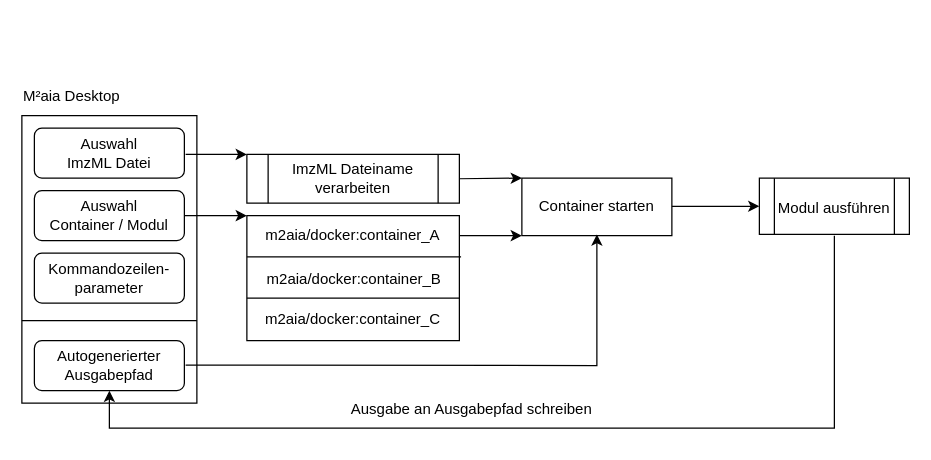
This is Architecture.drawio from L0ren2/M2aia-Docker, a draw.io file, before an edit. Source tidied: cells renumbered, new cells numbered last; positions are measured from the earlier drawing's top-left corner, leaving out a move shared by most shapes. Both pictures are drawn from the tidied source at 125%, with x=0, y=0 at pixel (21, 78).
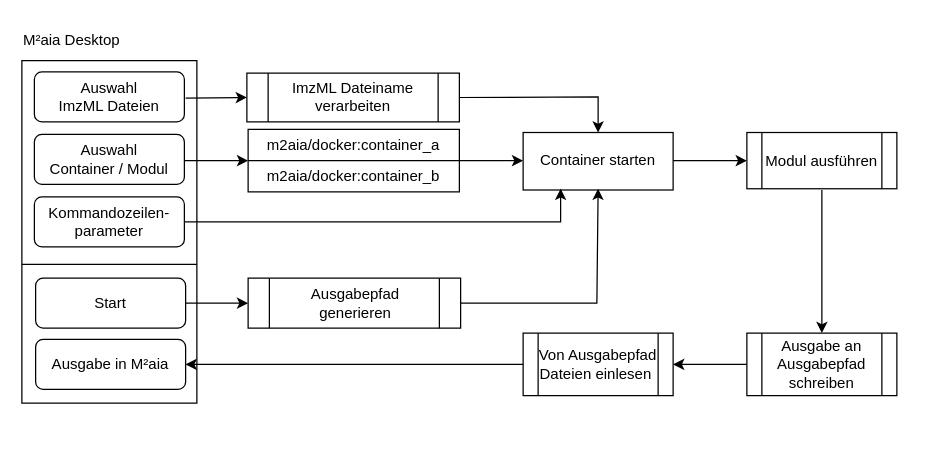
After the change.

What changed in the source:
```diff
@@
     <mxCell id="2" style="whiteSpace=wrap;html=1;" parent="1" vertex="1">
-      <mxGeometry y="30" width="140" height="230" as="geometry" />
+      <mxGeometry y="-14" width="140" height="274" as="geometry" />
     </mxCell>
     <mxCell id="3" value="M²aia Desktop" style="text;html=1;strokeColor=none;fillColor=none;align=center;verticalAlign=middle;whiteSpace=wrap;rounded=0;" parent="1" vertex="1">
-      <mxGeometry width="80" height="30" as="geometry" />
+      <mxGeometry y="-45" width="80" height="30" as="geometry" />
     </mxCell>
     <mxCell id="4" style="rounded=1;whiteSpace=wrap;html=1;" parent="1" vertex="1">
-      <mxGeometry x="10" y="40" width="120" height="40" as="geometry" />
+      <mxGeometry x="10" y="-5" width="120" height="40" as="geometry" />
     </mxCell>
-    <mxCell id="5" value="Auswahl &lt;br&gt;ImzML Datei" style="text;html=1;strokeColor=none;fillColor=none;align=center;verticalAlign=middle;whiteSpace=wrap;rounded=0;" parent="1" vertex="1">
-      <mxGeometry x="10" y="45" width="120" height="30" as="geometry" />
+    <mxCell id="5" value="Auswahl &lt;br&gt;ImzML Dateien" style="text;html=1;strokeColor=none;fillColor=none;align=center;verticalAlign=middle;whiteSpace=wrap;rounded=0;" parent="1" vertex="1">
+      <mxGeometry x="10" width="120" height="30" as="geometry" />
     </mxCell>
     <mxCell id="6" style="rounded=1;whiteSpace=wrap;html=1;" parent="1" vertex="1">
-      <mxGeometry x="10" y="90" width="120" height="40" as="geometry" />
+      <mxGeometry x="10" y="45" width="120" height="40" as="geometry" />
     </mxCell>
     <mxCell id="7" value="Auswahl &lt;br&gt;Container / Modul" style="text;html=1;strokeColor=none;fillColor=none;align=center;verticalAlign=middle;whiteSpace=wrap;rounded=0;" parent="1" vertex="1">
-      <mxGeometry x="10" y="95" width="120" height="30" as="geometry" />
+      <mxGeometry x="10" y="50" width="120" height="30" as="geometry" />
     </mxCell>
     <mxCell id="8" style="rounded=1;whiteSpace=wrap;html=1;" parent="1" vertex="1">
-      <mxGeometry x="10" y="140" width="120" height="40" as="geometry" />
+      <mxGeometry x="10" y="95" width="120" height="40" as="geometry" />
     </mxCell>
     <mxCell id="9" value="Kommandozeilen-parameter" style="text;html=1;strokeColor=none;fillColor=none;align=center;verticalAlign=middle;whiteSpace=wrap;rounded=0;" parent="1" vertex="1">
-      <mxGeometry x="10" y="145" width="120" height="30" as="geometry" />
+      <mxGeometry x="10" y="100" width="120" height="30" as="geometry" />
     </mxCell>
     <mxCell id="10" style="rounded=1;whiteSpace=wrap;html=1;" parent="1" vertex="1">
-      <mxGeometry x="10" y="210" width="120" height="40" as="geometry" />
+      <mxGeometry x="11" y="209" width="120" height="40" as="geometry" />
     </mxCell>
-    <mxCell id="11" value="Autogenerierter Ausgabepfad" style="text;html=1;strokeColor=none;fillColor=none;align=center;verticalAlign=middle;whiteSpace=wrap;rounded=0;" parent="1" vertex="1">
-      <mxGeometry x="10" y="215" width="120" height="30" as="geometry" />
+    <mxCell id="11" value="Ausgabe in M²aia" style="text;html=1;strokeColor=none;fillColor=none;align=center;verticalAlign=middle;whiteSpace=wrap;rounded=0;" parent="1" vertex="1">
+      <mxGeometry x="11" y="214" width="120" height="30" as="geometry" />
     </mxCell>
     <mxCell id="12" style="endArrow=none;html=1;" parent="1" edge="1">
       <mxGeometry relative="1" as="geometry">
-        <mxPoint y="194" as="sourcePoint" />
-        <mxPoint x="140" y="194" as="targetPoint" />
+        <mxPoint y="149" as="sourcePoint" />
+        <mxPoint x="140" y="149" as="targetPoint" />
       </mxGeometry>
     </mxCell>
-    <mxCell id="13" style="rounded=0;whiteSpace=wrap;html=1;" parent="1" vertex="1">
-      <mxGeometry x="180" y="110" width="170" height="100" as="geometry" />
-    </mxCell>
-    <mxCell id="14" style="endArrow=none;html=1;exitX=0;exitY=0.33;exitDx=0;exitDy=0;entryX=1.008;entryY=0.33;entryDx=0;entryDy=0;exitPerimeter=0;entryPerimeter=0;" parent="1" edge="1" source="13" target="13">
-      <mxGeometry relative="1" as="geometry" />
-    </mxCell>
-    <mxCell id="15" style="endArrow=none;html=1;entryX=1;entryY=0.66;entryDx=0;entryDy=0;entryPerimeter=0;" parent="1" edge="1" target="13">
-      <mxGeometry relative="1" as="geometry">
-        <mxPoint x="180" y="176" as="sourcePoint" />
-      </mxGeometry>
-    </mxCell>
-    <mxCell id="16" value="m2aia/docker:container_A" style="text;html=1;strokeColor=none;fillColor=none;align=center;verticalAlign=middle;whiteSpace=wrap;rounded=0;" parent="1" vertex="1">
-      <mxGeometry x="180" y="111" width="170" height="30" as="geometry" />
-    </mxCell>
-    <mxCell id="17" value="m2aia/docker:container_B" style="text;html=1;strokeColor=none;fillColor=none;align=center;verticalAlign=middle;whiteSpace=wrap;rounded=0;" parent="1" vertex="1">
-      <mxGeometry x="181" y="146" width="170" height="30" as="geometry" />
-    </mxCell>
-    <mxCell id="18" value="m2aia/docker:container_C" style="text;html=1;strokeColor=none;fillColor=none;align=center;verticalAlign=middle;whiteSpace=wrap;rounded=0;" parent="1" vertex="1">
-      <mxGeometry x="180" y="178" width="170" height="30" as="geometry" />
-    </mxCell>
-    <mxCell id="19" style="endArrow=classic;html=1;exitX=1;exitY=0.5;exitDx=0;exitDy=0;entryX=0;entryY=0;entryDx=0;entryDy=0;" parent="1" edge="1" source="7" target="13">
-      <mxGeometry relative="1" as="geometry" />
+    <mxCell id="19" style="endArrow=classic;html=1;entryX=0;entryY=0.5;entryDx=0;entryDy=0;" parent="1" edge="1" target="45">
+      <mxGeometry relative="1" as="geometry">
+        <mxPoint x="130" y="66" as="sourcePoint" />
+      </mxGeometry>
     </mxCell>
     <mxCell id="20" style="shape=process;whiteSpace=wrap;html=1;backgroundOutline=1;" parent="1" vertex="1">
-      <mxGeometry x="180" y="61" width="170" height="39" as="geometry" />
+      <mxGeometry x="180" y="-4" width="170" height="39" as="geometry" />
     </mxCell>
     <mxCell id="21" value="ImzML Dateiname verarbeiten" style="text;html=1;strokeColor=none;fillColor=none;align=center;verticalAlign=middle;whiteSpace=wrap;rounded=0;" parent="1" vertex="1">
-      <mxGeometry x="200" y="60" width="130" height="40" as="geometry" />
+      <mxGeometry x="200" y="-5" width="130" height="40" as="geometry" />
     </mxCell>
-    <mxCell id="22" style="endArrow=classic;html=1;exitX=1;exitY=0.5;exitDx=0;exitDy=0;entryX=0;entryY=0;entryDx=0;entryDy=0;" parent="1" edge="1" target="20">
+    <mxCell id="22" style="endArrow=classic;html=1;exitX=1;exitY=0.5;exitDx=0;exitDy=0;entryX=0;entryY=0.5;entryDx=0;entryDy=0;" parent="1" edge="1" target="20">
       <mxGeometry relative="1" as="geometry">
-        <mxPoint x="131" y="61" as="sourcePoint" />
+        <mxPoint x="131" y="16" as="sourcePoint" />
       </mxGeometry>
     </mxCell>
-    <mxCell id="23" style="endArrow=classic;html=1;exitX=1;exitY=0.5;exitDx=0;exitDy=0;" parent="1" edge="1" source="16">
-      <mxGeometry relative="1" as="geometry">
-        <mxPoint x="400" y="126" as="targetPoint" />
-      </mxGeometry>
-    </mxCell>
-    <mxCell id="24" style="endArrow=classic;html=1;exitX=1;exitY=0.5;exitDx=0;exitDy=0;entryX=0;entryY=0;entryDx=0;entryDy=0;" parent="1" edge="1" source="20" target="25">
-      <mxGeometry relative="1" as="geometry" />
+    <mxCell id="24" style="endArrow=classic;html=1;exitX=1;exitY=0.5;exitDx=0;exitDy=0;rounded=0;entryX=0.5;entryY=0;entryDx=0;entryDy=0;" parent="1" edge="1" source="20" target="26">
+      <mxGeometry relative="1" as="geometry">
+        <Array as="points">
+          <mxPoint x="461" y="15" />
+        </Array>
+      </mxGeometry>
     </mxCell>
     <mxCell id="25" style="rounded=0;whiteSpace=wrap;html=1;" parent="1" vertex="1">
-      <mxGeometry x="400" y="80" width="120" height="46" as="geometry" />
+      <mxGeometry x="401" y="43.5" width="120" height="46" as="geometry" />
     </mxCell>
     <mxCell id="26" value="Container starten" style="text;html=1;strokeColor=none;fillColor=none;align=center;verticalAlign=middle;whiteSpace=wrap;rounded=0;" parent="1" vertex="1">
-      <mxGeometry x="400" y="80" width="120" height="45" as="geometry" />
+      <mxGeometry x="401" y="43.5" width="120" height="45" as="geometry" />
     </mxCell>
-    <mxCell id="27" style="endArrow=classic;html=1;exitX=1;exitY=0.5;exitDx=0;exitDy=0;entryX=0.5;entryY=1;entryDx=0;entryDy=0;edgeStyle=orthogonalEdgeStyle;rounded=0;" parent="1" edge="1" target="26">
-      <mxGeometry relative="1" as="geometry">
-        <mxPoint x="131" y="229.5" as="sourcePoint" />
-      </mxGeometry>
-    </mxCell>
     <mxCell id="28" style="shape=process;whiteSpace=wrap;html=1;backgroundOutline=1;" parent="1" vertex="1">
-      <mxGeometry x="590" y="80" width="120" height="45" as="geometry" />
+      <mxGeometry x="580" y="43.5" width="120" height="45" as="geometry" />
     </mxCell>
@@
     <mxCell id="30" value="Modul ausführen" style="text;html=1;strokeColor=none;fillColor=none;align=center;verticalAlign=middle;whiteSpace=wrap;rounded=0;" parent="1" vertex="1">
-      <mxGeometry x="600" y="81" width="100" height="45" as="geometry" />
+      <mxGeometry x="590" y="44.5" width="100" height="45" as="geometry" />
     </mxCell>
-    <mxCell id="31" style="endArrow=classic;html=1;rounded=0;entryX=0.5;entryY=1;entryDx=0;entryDy=0;exitX=0.5;exitY=1;exitDx=0;exitDy=0;" parent="1" edge="1" source="30" target="10">
-      <mxGeometry relative="1" as="geometry">
-        <Array as="points">
-          <mxPoint x="650" y="280" />
-          <mxPoint x="70" y="280" />
-        </Array>
-      </mxGeometry>
-    </mxCell>
+    <mxCell id="33" style="shape=process;whiteSpace=wrap;html=1;backgroundOutline=1;" parent="1" vertex="1">
+      <mxGeometry x="401" y="204" width="120" height="50" as="geometry" />
+    </mxCell>
+    <mxCell id="34" value="Von Ausgabepfad Dateien einlesen&amp;nbsp;" style="text;html=1;strokeColor=none;fillColor=none;align=center;verticalAlign=middle;whiteSpace=wrap;rounded=0;" parent="1" vertex="1">
+      <mxGeometry x="411" y="204" width="100" height="50" as="geometry" />
+    </mxCell>
+    <mxCell id="35" style="shape=process;whiteSpace=wrap;html=1;backgroundOutline=1;" parent="1" vertex="1">
+      <mxGeometry x="580" y="204" width="120" height="50" as="geometry" />
+    </mxCell>
     <mxCell id="32" value="Ausgabe an Ausgabepfad schreiben" style="text;html=1;strokeColor=none;fillColor=none;align=center;verticalAlign=middle;whiteSpace=wrap;rounded=0;" parent="1" vertex="1">
-      <mxGeometry x="70" y="250" width="580" height="30" as="geometry" />
+      <mxGeometry x="590" y="204" width="100" height="50" as="geometry" />
     </mxCell>
+    <mxCell id="36" style="endArrow=classic;html=1;exitX=0;exitY=0.5;exitDx=0;exitDy=0;entryX=1;entryY=0.5;entryDx=0;entryDy=0;" parent="1" edge="1" source="33" target="11">
+      <mxGeometry relative="1" as="geometry" />
+    </mxCell>
+    <mxCell id="37" style="endArrow=classic;html=1;exitX=0;exitY=0.5;exitDx=0;exitDy=0;entryX=1;entryY=0.5;entryDx=0;entryDy=0;" parent="1" edge="1" source="35" target="33">
+      <mxGeometry relative="1" as="geometry" />
+    </mxCell>
+    <mxCell id="38" style="endArrow=classic;html=1;exitX=0.5;exitY=1;exitDx=0;exitDy=0;entryX=0.5;entryY=0;entryDx=0;entryDy=0;" parent="1" edge="1" source="30" target="32">
+      <mxGeometry relative="1" as="geometry" />
+    </mxCell>
+    <mxCell id="39" style="shape=process;whiteSpace=wrap;html=1;backgroundOutline=1;" parent="1" vertex="1">
+      <mxGeometry x="181" y="160" width="170" height="40" as="geometry" />
+    </mxCell>
+    <mxCell id="40" value="Ausgabepfad generieren" style="text;html=1;strokeColor=none;fillColor=none;align=center;verticalAlign=middle;whiteSpace=wrap;rounded=0;" parent="1" vertex="1">
+      <mxGeometry x="202" y="160" width="130" height="40" as="geometry" />
+    </mxCell>
+    <mxCell id="41" style="rounded=1;whiteSpace=wrap;html=1;" parent="1" vertex="1">
+      <mxGeometry x="11" y="160" width="120" height="40" as="geometry" />
+    </mxCell>
+    <mxCell id="42" value="Start" style="text;html=1;strokeColor=none;fillColor=none;align=center;verticalAlign=middle;whiteSpace=wrap;rounded=0;" parent="1" vertex="1">
+      <mxGeometry x="11" y="165" width="120" height="30" as="geometry" />
+    </mxCell>
+    <mxCell id="43" style="endArrow=classic;html=1;rounded=0;exitX=1;exitY=0.5;exitDx=0;exitDy=0;entryX=0;entryY=0.5;entryDx=0;entryDy=0;" parent="1" edge="1" source="42" target="39">
+      <mxGeometry relative="1" as="geometry" />
+    </mxCell>
+    <mxCell id="44" style="endArrow=classic;html=1;rounded=0;exitX=1;exitY=0.5;exitDx=0;exitDy=0;entryX=0.5;entryY=1;entryDx=0;entryDy=0;" parent="1" edge="1" source="39" target="26">
+      <mxGeometry relative="1" as="geometry">
+        <Array as="points">
+          <mxPoint x="460" y="180" />
+        </Array>
+      </mxGeometry>
+    </mxCell>
+    <mxCell id="45" style="rounded=0;whiteSpace=wrap;html=1;" parent="1" vertex="1">
+      <mxGeometry x="181" y="41" width="169" height="50" as="geometry" />
+    </mxCell>
+    <mxCell id="46" style="endArrow=classic;html=1;rounded=0;entryX=0;entryY=0.5;entryDx=0;entryDy=0;exitX=1;exitY=0.5;exitDx=0;exitDy=0;" parent="1" edge="1" source="45" target="26">
+      <mxGeometry relative="1" as="geometry" />
+    </mxCell>
+    <mxCell id="47" style="endArrow=none;html=1;rounded=0;exitX=0;exitY=0.5;exitDx=0;exitDy=0;entryX=1;entryY=0.5;entryDx=0;entryDy=0;" parent="1" edge="1" source="45" target="45">
+      <mxGeometry relative="1" as="geometry" />
+    </mxCell>
+    <mxCell id="48" value="m2aia/docker:container_a" style="text;html=1;strokeColor=none;fillColor=none;align=center;verticalAlign=middle;whiteSpace=wrap;rounded=0;" parent="1" vertex="1">
+      <mxGeometry x="181" y="41" width="169" height="25" as="geometry" />
+    </mxCell>
+    <mxCell id="49" value="m2aia/docker:container_b" style="text;html=1;strokeColor=none;fillColor=none;align=center;verticalAlign=middle;whiteSpace=wrap;rounded=0;" parent="1" vertex="1">
+      <mxGeometry x="181" y="66" width="169" height="25" as="geometry" />
+    </mxCell>
+    <mxCell id="50" style="endArrow=classic;html=1;rounded=0;exitX=1;exitY=0.5;exitDx=0;exitDy=0;entryX=0.25;entryY=1;entryDx=0;entryDy=0;" parent="1" edge="1" source="9" target="26">
+      <mxGeometry relative="1" as="geometry">
+        <Array as="points">
+          <mxPoint x="431" y="115" />
+        </Array>
+      </mxGeometry>
+    </mxCell>
```
